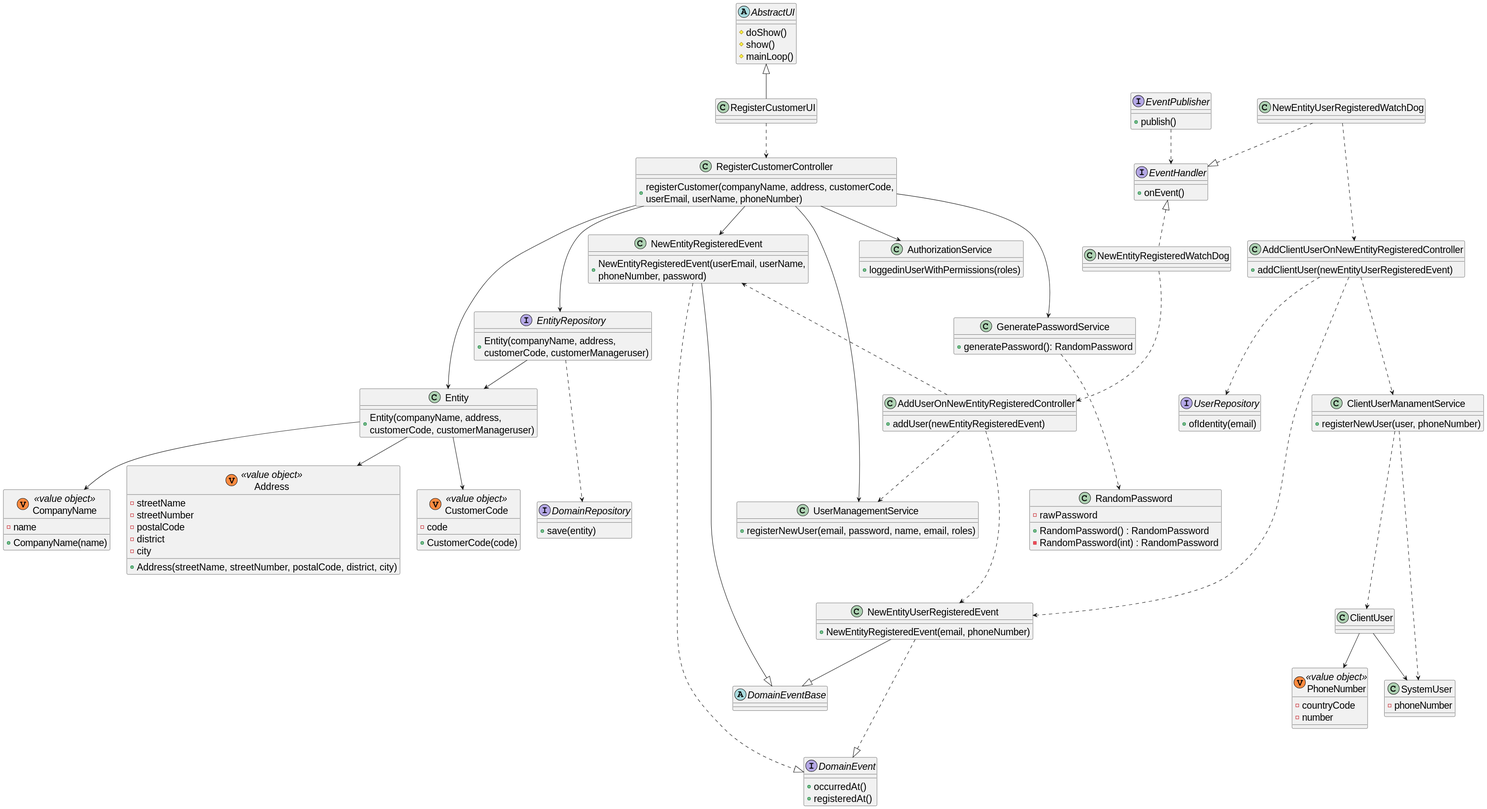
Before: docs/sb_us_1001/class-diagram.svg, a diagram exported from PlantUML (rita-barbosa/LAPR4-2324).
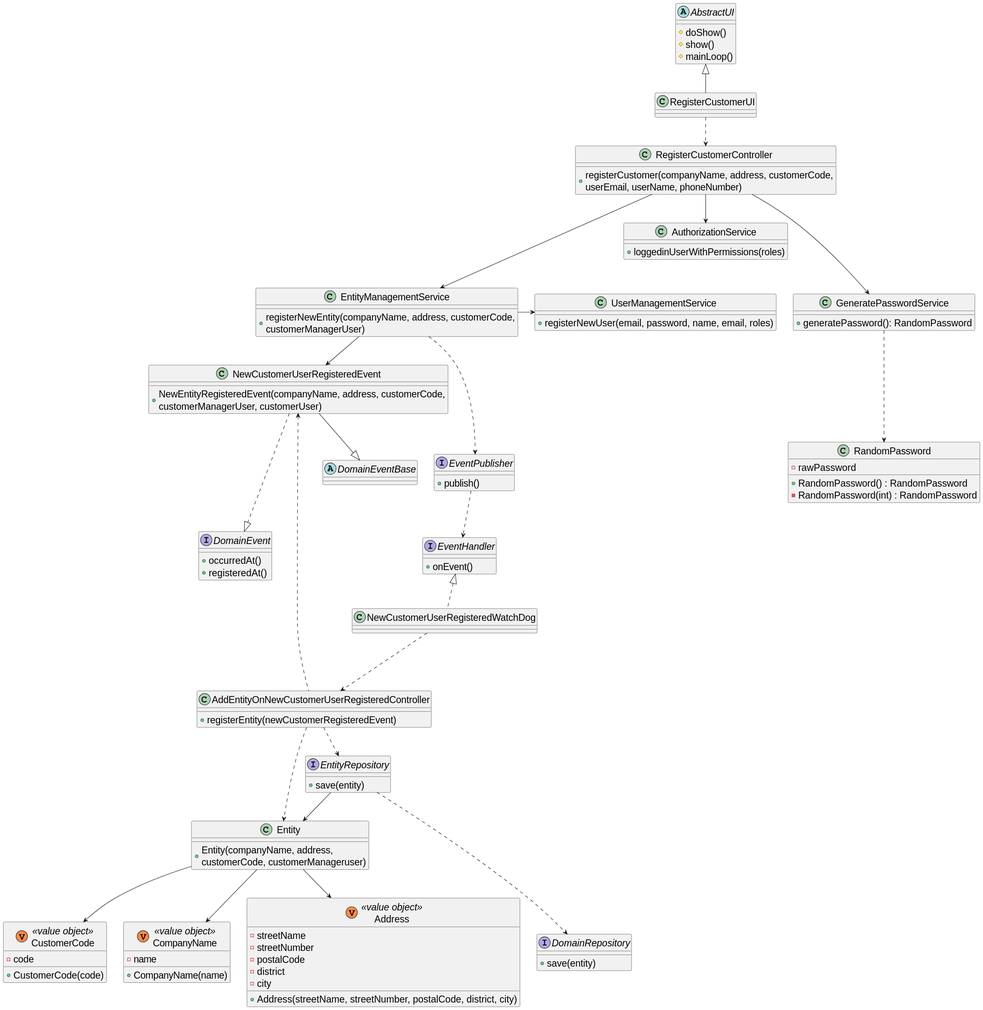
Above is the later version.

Commit message:
docs: updates us_1001 documentation. Updates class and sequence diagrams. [#88]

What changed in the source:
```diff
@@ -16,8 +16,8 @@
 class UserManagementService {
     + registerNewUser(email, password, name, email, roles)
 }
-class ClientUserManamentService {
-    + registerNewUser(user, phoneNumber)
+class EntityManagementService {
+    + registerNewEntity(companyName, address, customerCode,\ncustomerManagerUser)
 }
 
 interface EventPublisher{
@@ -43,11 +43,8 @@
 class RegisterCustomerController{
 + registerCustomer(companyName, address, customerCode,\nuserEmail, userName, phoneNumber)
 }
-class AddUserOnNewEntityRegisteredController{
-+ addUser(newEntityRegisteredEvent)
-}
-class AddClientUserOnNewEntityRegisteredController{
-+ addClientUser(newEntityUserRegisteredEvent)
+class AddEntityOnNewCustomerUserRegisteredController{
++ registerEntity(newCustomerRegisteredEvent)
 }
 class GeneratePasswordService {
 + generatePassword(): RandomPassword
@@ -65,12 +62,8 @@
 
 
 interface EntityRepository {
-+ Entity(companyName, address,\ncustomerCode, customerManageruser)
++ save(entity)
 }
-interface UserRepository {
-+ofIdentity(email)
-}
-
 class CustomerCode <<(V,#FF8B40) value object>>  {
 - code
 + CustomerCode(code)
@@ -87,49 +80,26 @@
 - city
 + Address(streetName, streetNumber, postalCode, district, city)
 }
-class NewEntityRegisteredEvent{
-+ NewEntityRegisteredEvent(userEmail, userName,\nphoneNumber, password)
-}
-class NewEntityUserRegisteredEvent{
-+ NewEntityRegisteredEvent(email, phoneNumber)
+class NewCustomerUserRegisteredEvent{
++ NewEntityRegisteredEvent(companyName, address, customerCode,\ncustomerManagerUser, customerUser)
 }
 abstract class DomainEventBase {
 }
-
-class NewEntityRegisteredWatchDog{
-}
-class NewEntityUserRegisteredWatchDog{
-}
-class ClientUser {
-
-}
-class PhoneNumber <<(V,#FF8B40) value object>> {
-- countryCode
-- number
+class NewCustomerUserRegisteredWatchDog{
 }
 
-class SystemUser {
-- phoneNumber
-}
 
 
 AbstractUI <|-- RegisterCustomerUI
 RegisterCustomerUI .-> RegisterCustomerController
 
 
-NewEntityRegisteredEvent --|> DomainEventBase
-NewEntityUserRegisteredEvent --|> DomainEventBase
-NewEntityRegisteredEvent .--|> DomainEvent
-NewEntityUserRegisteredEvent .--|> DomainEvent
+NewCustomerUserRegisteredEvent --|> DomainEventBase
+NewCustomerUserRegisteredEvent .--|> DomainEvent
 
-
-NewEntityRegisteredWatchDog .-up|> EventHandler
-NewEntityUserRegisteredWatchDog .-|> EventHandler
-NewEntityRegisteredWatchDog .--> AddUserOnNewEntityRegisteredController
-NewEntityUserRegisteredWatchDog .--> AddClientUserOnNewEntityRegisteredController
-
+NewCustomerUserRegisteredWatchDog .-up|> EventHandler
+NewCustomerUserRegisteredWatchDog .--> AddEntityOnNewCustomerUserRegisteredController
 EventPublisher .-> EventHandler
-
 Entity --> CompanyName
 Entity --> CustomerCode
 Entity --> Address
@@ -137,27 +107,14 @@
 EntityRepository --> Entity
 
 RegisterCustomerController --> AuthorizationService
-RegisterCustomerController -> UserManagementService
-RegisterCustomerController ---> EntityRepository
-RegisterCustomerController ---> Entity
+EntityManagementService -> UserManagementService
+RegisterCustomerController ---> EntityManagementService
 RegisterCustomerController ---> GeneratePasswordService
-RegisterCustomerController --> NewEntityRegisteredEvent
-
+EntityManagementService --> NewCustomerUserRegisteredEvent
+EntityManagementService .--> EventPublisher
 
 GeneratePasswordService .--> RandomPassword
-
-
-AddUserOnNewEntityRegisteredController .-up-> NewEntityRegisteredEvent
-AddUserOnNewEntityRegisteredController .--> NewEntityUserRegisteredEvent
-AddUserOnNewEntityRegisteredController .-> UserManagementService
-
-AddClientUserOnNewEntityRegisteredController .--> NewEntityUserRegisteredEvent
-AddClientUserOnNewEntityRegisteredController .--> ClientUserManamentService
-AddClientUserOnNewEntityRegisteredController .--> UserRepository
-
-
-ClientUserManamentService .--> SystemUser
-ClientUserManamentService .--> ClientUser
-ClientUser --> SystemUser
-ClientUser --> PhoneNumber
+AddEntityOnNewCustomerUserRegisteredController .-up-> NewCustomerUserRegisteredEvent
+AddEntityOnNewCustomerUserRegisteredController .-> Entity
+AddEntityOnNewCustomerUserRegisteredController .-> EntityRepository
 @enduml
```
